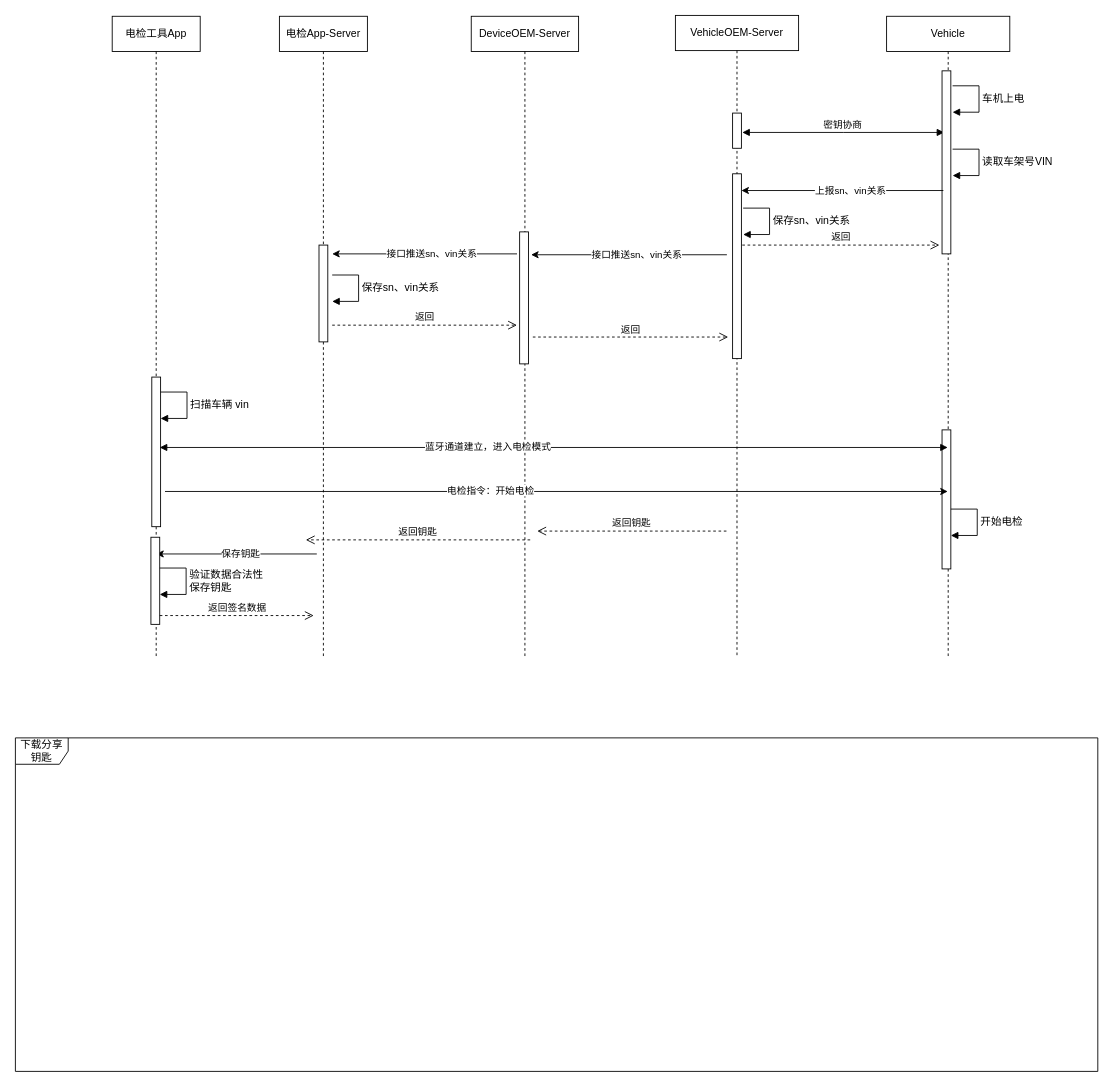
The draw.io diagram 电检流程.drawio in jianguocong/chart, before the edit. Source tidied: cells renumbered, new cells numbered last; positions are measured from the earlier drawing's top-left corner, leaving out a move shared by most shapes. Both pictures are drawn from the tidied source at 88%, with x=0, y=0 at pixel (15, 15).
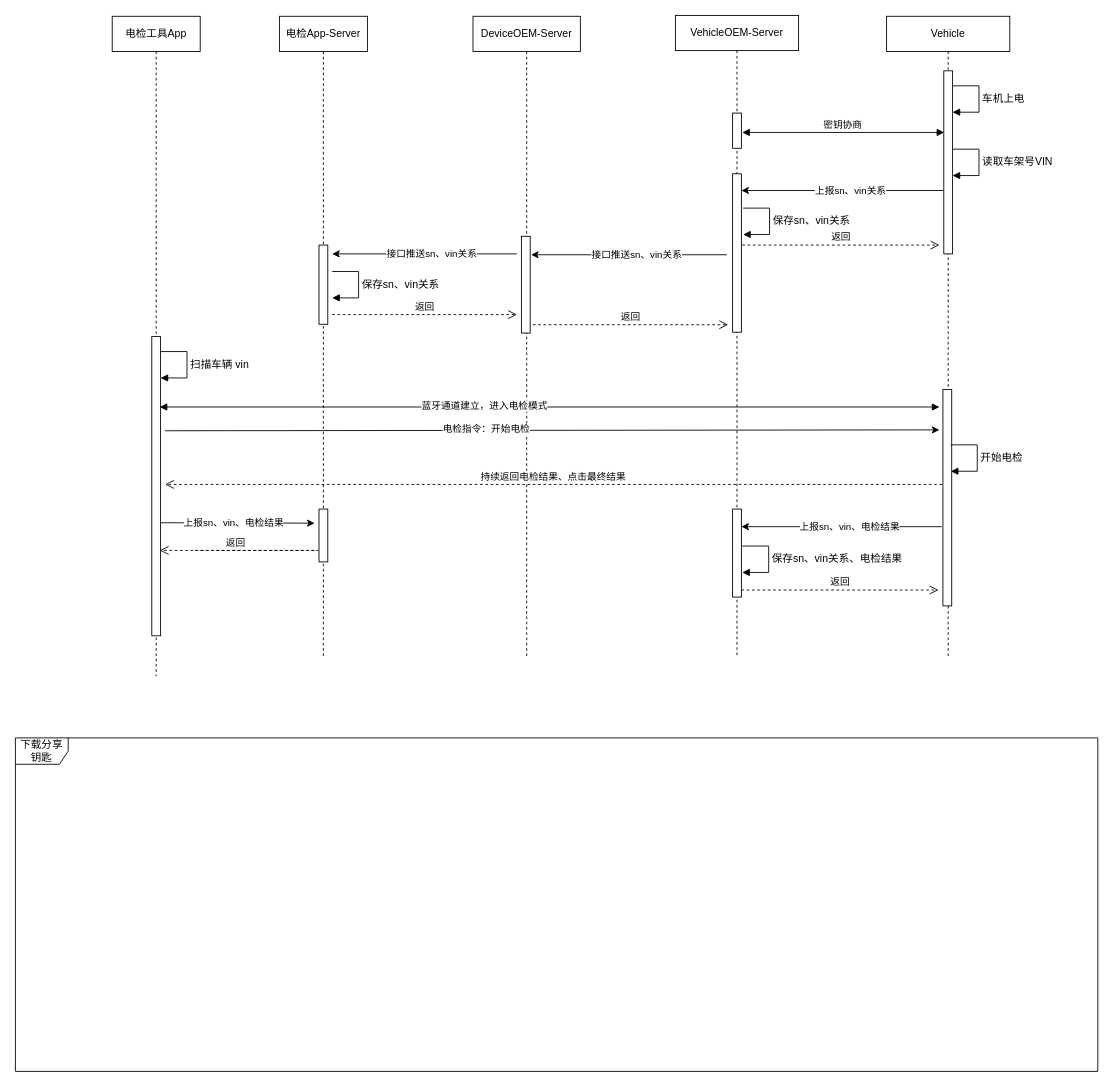
After the change.

Commit message (it also covers changes not shown here):
更新电检流程.drawio

Unchanged cells that the change refers to:
```xml
<mxCell id="2" value="Vehicle" style="shape=umlLifeline;perimeter=lifelinePerimeter;whiteSpace=wrap;html=1;outlineConnect=0;portConstraint=eastwest;newEdgeStyle={&quot;edgeStyle&quot;:&quot;elbowEdgeStyle&quot;,&quot;elbow&quot;:&quot;vertical&quot;,&quot;curved&quot;:0,&quot;rounded&quot;:0};" parent="1" vertex="1">
  <mxGeometry x="990" y="1" width="140" height="730" as="geometry" />
</mxCell>
<mxCell id="6" value="电检App-Server" style="shape=umlLifeline;perimeter=lifelinePerimeter;whiteSpace=wrap;html=1;newEdgeStyle={&quot;edgeStyle&quot;:&quot;elbowEdgeStyle&quot;,&quot;elbow&quot;:&quot;vertical&quot;,&quot;curved&quot;:0,&quot;rounded&quot;:0};" parent="1" vertex="1">
  <mxGeometry x="300" y="1" width="100" height="730" as="geometry" />
</mxCell>
<mxCell id="14" value="VehicleOEM-Server" style="shape=umlLifeline;perimeter=lifelinePerimeter;whiteSpace=wrap;html=1;newEdgeStyle={&quot;edgeStyle&quot;:&quot;elbowEdgeStyle&quot;,&quot;elbow&quot;:&quot;vertical&quot;,&quot;curved&quot;:0,&quot;rounded&quot;:0};" parent="1" vertex="1">
  <mxGeometry x="750" width="140" height="730" as="geometry" />
</mxCell>
```

Change to the diagram source:
```diff
@@
     <mxCell id="3" style="html=1;perimeter=orthogonalPerimeter;targetShapes=umlLifeline;newEdgeStyle={&quot;edgeStyle&quot;:&quot;elbowEdgeStyle&quot;,&quot;elbow&quot;:&quot;vertical&quot;,&quot;curved&quot;:0,&quot;rounded&quot;:0};" parent="2" vertex="1">
-      <mxGeometry x="63" y="470" width="10" height="158" as="geometry" />
+      <mxGeometry x="64" y="424" width="10" height="246" as="geometry" />
     </mxCell>
     <mxCell id="4" value="电检工具App" style="shape=umlLifeline;perimeter=lifelinePerimeter;whiteSpace=wrap;html=1;newEdgeStyle={&quot;edgeStyle&quot;:&quot;elbowEdgeStyle&quot;,&quot;elbow&quot;:&quot;vertical&quot;,&quot;curved&quot;:0,&quot;rounded&quot;:0};" parent="1" vertex="1">
-      <mxGeometry x="110" y="1" width="100" height="730" as="geometry" />
+      <mxGeometry x="110" y="1" width="100" height="750" as="geometry" />
     </mxCell>
     <mxCell id="5" style="html=1;perimeter=orthogonalPerimeter;targetShapes=umlLifeline;newEdgeStyle={&quot;edgeStyle&quot;:&quot;elbowEdgeStyle&quot;,&quot;elbow&quot;:&quot;vertical&quot;,&quot;curved&quot;:0,&quot;rounded&quot;:0};" parent="4" vertex="1">
-      <mxGeometry x="45" y="410" width="10" height="170" as="geometry" />
+      <mxGeometry x="45" y="364" width="10" height="340" as="geometry" />
     </mxCell>
@@
     <mxCell id="7" style="html=1;perimeter=orthogonalPerimeter;targetShapes=umlLifeline;newEdgeStyle={&quot;edgeStyle&quot;:&quot;elbowEdgeStyle&quot;,&quot;elbow&quot;:&quot;vertical&quot;,&quot;curved&quot;:0,&quot;rounded&quot;:0};" parent="6" vertex="1">
-      <mxGeometry x="45" y="260" width="10" height="110" as="geometry" />
+      <mxGeometry x="45" y="260" width="10" height="90" as="geometry" />
     </mxCell>
+    <mxCell id="42" style="html=1;perimeter=orthogonalPerimeter;targetShapes=umlLifeline;newEdgeStyle={&quot;edgeStyle&quot;:&quot;elbowEdgeStyle&quot;,&quot;elbow&quot;:&quot;vertical&quot;,&quot;curved&quot;:0,&quot;rounded&quot;:0};" parent="6" vertex="1">
+      <mxGeometry x="45" y="560" width="10" height="60" as="geometry" />
+    </mxCell>
@@
     <mxCell id="9" value="返回" style="html=1;verticalAlign=bottom;endArrow=open;dashed=1;endSize=8;edgeStyle=elbowEdgeStyle;elbow=vertical;curved=0;rounded=0;" parent="1" edge="1">
       <mxGeometry relative="1" as="geometry">
-        <mxPoint x="360" y="352" as="sourcePoint" />
-        <mxPoint x="570" y="352" as="targetPoint" />
+        <mxPoint x="360" y="340" as="sourcePoint" />
+        <mxPoint x="570" y="340" as="targetPoint" />
         <Array as="points">
-          <mxPoint x="450" y="352" />
+          <mxPoint x="450" y="340" />
         </Array>
       </mxGeometry>
     </mxCell>
     <mxCell id="10" value="DeviceOEM-Server" style="shape=umlLifeline;perimeter=lifelinePerimeter;whiteSpace=wrap;html=1;newEdgeStyle={&quot;edgeStyle&quot;:&quot;elbowEdgeStyle&quot;,&quot;elbow&quot;:&quot;vertical&quot;,&quot;curved&quot;:0,&quot;rounded&quot;:0};" parent="1" vertex="1">
-      <mxGeometry x="518" y="1" width="122" height="730" as="geometry" />
+      <mxGeometry x="520" y="1" width="122" height="730" as="geometry" />
     </mxCell>
-    <mxCell id="11" value="返回钥匙" style="html=1;verticalAlign=bottom;endArrow=open;dashed=1;endSize=8;edgeStyle=elbowEdgeStyle;elbow=vertical;curved=0;rounded=0;" parent="10" edge="1">
-      <mxGeometry relative="1" as="geometry">
-        <mxPoint x="290" y="585" as="sourcePoint" />
-        <mxPoint x="75" y="585" as="targetPoint" />
-      </mxGeometry>
-    </mxCell>
@@
     <mxCell id="13" style="html=1;perimeter=orthogonalPerimeter;targetShapes=umlLifeline;newEdgeStyle={&quot;edgeStyle&quot;:&quot;elbowEdgeStyle&quot;,&quot;elbow&quot;:&quot;vertical&quot;,&quot;curved&quot;:0,&quot;rounded&quot;:0};" parent="10" vertex="1">
-      <mxGeometry x="55" y="245" width="10" height="150" as="geometry" />
+      <mxGeometry x="55" y="250" width="10" height="110" as="geometry" />
     </mxCell>
@@
     <mxCell id="16" style="html=1;perimeter=orthogonalPerimeter;targetShapes=umlLifeline;newEdgeStyle={&quot;edgeStyle&quot;:&quot;elbowEdgeStyle&quot;,&quot;elbow&quot;:&quot;vertical&quot;,&quot;curved&quot;:0,&quot;rounded&quot;:0};" parent="14" vertex="1">
-      <mxGeometry x="65" y="180" width="10" height="210" as="geometry" />
+      <mxGeometry x="65" y="180" width="10" height="180" as="geometry" />
     </mxCell>
     <mxCell id="17" value="保存sn、vin关系" style="html=1;align=left;spacingLeft=2;endArrow=block;rounded=0;edgeStyle=orthogonalEdgeStyle;curved=0;rounded=0;fontFamily=Helvetica;fontSize=12;fontColor=default;" parent="1" edge="1">
       <mxGeometry relative="1" as="geometry">
-        <mxPoint x="360" y="295" as="sourcePoint" />
-        <mxPoint x="360" y="325" as="targetPoint" />
+        <mxPoint x="360" y="291" as="sourcePoint" />
+        <mxPoint x="360" y="321" as="targetPoint" />
         <Array as="points">
-          <mxPoint x="390" y="295" />
-          <mxPoint x="390" y="325" />
+          <mxPoint x="390" y="291" />
+          <mxPoint x="390" y="321" />
         </Array>
       </mxGeometry>
     </mxCell>
@@
     <mxCell id="20" value="扫描车辆 vin" style="html=1;align=left;spacingLeft=2;endArrow=block;rounded=0;edgeStyle=orthogonalEdgeStyle;curved=0;rounded=0;fontFamily=Helvetica;fontSize=12;fontColor=default;" parent="1" edge="1">
       <mxGeometry relative="1" as="geometry">
-        <mxPoint x="165" y="428" as="sourcePoint" />
-        <mxPoint x="165" y="458" as="targetPoint" />
+        <mxPoint x="165" y="382" as="sourcePoint" />
+        <mxPoint x="165" y="412" as="targetPoint" />
         <Array as="points">
-          <mxPoint x="195" y="428" />
-          <mxPoint x="195" y="458" />
+          <mxPoint x="195" y="382" />
+          <mxPoint x="195" y="412" />
         </Array>
       </mxGeometry>
     </mxCell>
-    <mxCell id="21" style="endArrow=block;html=1;rounded=0;startArrow=block;startFill=1;endFill=1;" parent="1" edge="1" target="2">
+    <mxCell id="21" style="endArrow=block;html=1;rounded=0;startArrow=block;startFill=1;endFill=1;" parent="1" edge="1">
       <mxGeometry relative="1" as="geometry">
-        <mxPoint x="164" y="491" as="sourcePoint" />
+        <mxPoint x="164" y="445" as="sourcePoint" />
+        <mxPoint x="1050" y="445" as="targetPoint" />
       </mxGeometry>
     </mxCell>
@@
-    <mxCell id="24" value="返回钥匙" style="html=1;verticalAlign=bottom;endArrow=open;dashed=1;endSize=8;edgeStyle=elbowEdgeStyle;elbow=vertical;curved=0;rounded=0;" parent="1" edge="1">
-      <mxGeometry relative="1" as="geometry">
-        <mxPoint x="585" y="596" as="sourcePoint" />
-        <mxPoint x="330" y="596" as="targetPoint" />
-      </mxGeometry>
-    </mxCell>
-    <mxCell id="25" style="endArrow=classic;html=1;rounded=0;" parent="1" edge="1">
-      <mxGeometry relative="1" as="geometry">
-        <mxPoint x="342.5" y="612" as="sourcePoint" />
-        <mxPoint x="160" y="612" as="targetPoint" />
-      </mxGeometry>
-    </mxCell>
-    <mxCell id="26" value="保存钥匙" style="edgeLabel;html=1;align=center;verticalAlign=middle;" parent="25" vertex="1">
-      <mxGeometry x="-0.17" y="2" relative="1" as="geometry">
-        <mxPoint x="-11" y="-3" as="offset" />
-      </mxGeometry>
-    </mxCell>
-    <mxCell id="27" style="html=1;perimeter=orthogonalPerimeter;targetShapes=umlLifeline;newEdgeStyle={&quot;edgeStyle&quot;:&quot;elbowEdgeStyle&quot;,&quot;elbow&quot;:&quot;vertical&quot;,&quot;curved&quot;:0,&quot;rounded&quot;:0};" parent="1" vertex="1">
-      <mxGeometry x="154" y="593" width="10" height="99" as="geometry" />
-    </mxCell>
-    <mxCell id="28" value="验证数据合法性&lt;div&gt;保存钥匙&lt;/div&gt;" style="html=1;align=left;spacingLeft=2;endArrow=block;rounded=0;edgeStyle=orthogonalEdgeStyle;curved=0;rounded=0;fontFamily=Helvetica;fontSize=12;fontColor=default;" parent="1" edge="1">
-      <mxGeometry relative="1" as="geometry">
-        <mxPoint x="164" y="628" as="sourcePoint" />
-        <mxPoint x="164" y="658" as="targetPoint" />
-        <Array as="points">
-          <mxPoint x="194" y="628" />
-          <mxPoint x="194" y="658" />
-        </Array>
-      </mxGeometry>
-    </mxCell>
-    <mxCell id="29" value="返回签名数据" style="html=1;verticalAlign=bottom;endArrow=open;dashed=1;endSize=8;edgeStyle=elbowEdgeStyle;elbow=vertical;curved=0;rounded=0;" parent="1" edge="1">
-      <mxGeometry relative="1" as="geometry">
-        <mxPoint x="164" y="682" as="sourcePoint" />
-        <mxPoint x="339" y="682" as="targetPoint" />
-        <Array as="points">
-          <mxPoint x="254" y="682" />
-        </Array>
-      </mxGeometry>
-    </mxCell>
@@
     <mxCell id="37" value="返回" style="html=1;verticalAlign=bottom;endArrow=open;dashed=1;endSize=8;edgeStyle=elbowEdgeStyle;elbow=vertical;curved=0;rounded=0;" parent="1" edge="1">
       <mxGeometry relative="1" as="geometry">
-        <mxPoint x="588" y="365.5" as="sourcePoint" />
-        <mxPoint x="810" y="366" as="targetPoint" />
+        <mxPoint x="588" y="351.5" as="sourcePoint" />
+        <mxPoint x="810" y="352" as="targetPoint" />
         <Array as="points">
-          <mxPoint x="678" y="365.5" />
+          <mxPoint x="678" y="351.5" />
         </Array>
       </mxGeometry>
     </mxCell>
@@
-    <mxCell id="39" style="endArrow=classic;html=1;rounded=0;" parent="1" edge="1" target="2">
+    <mxCell id="39" style="endArrow=classic;html=1;rounded=0;" parent="1" edge="1">
       <mxGeometry relative="1" as="geometry">
-        <mxPoint x="170" y="541" as="sourcePoint" />
+        <mxPoint x="170" y="472" as="sourcePoint" />
+        <mxPoint x="1050" y="471" as="targetPoint" />
       </mxGeometry>
     </mxCell>
@@
     <mxCell id="41" value="开始电检" style="html=1;align=left;spacingLeft=2;endArrow=block;rounded=0;edgeStyle=orthogonalEdgeStyle;curved=0;rounded=0;fontFamily=Helvetica;fontSize=12;fontColor=default;" parent="1" edge="1">
       <mxGeometry relative="1" as="geometry">
-        <mxPoint x="1063" y="561" as="sourcePoint" />
-        <mxPoint x="1063" y="591" as="targetPoint" />
+        <mxPoint x="1063" y="488" as="sourcePoint" />
+        <mxPoint x="1063" y="518" as="targetPoint" />
         <Array as="points">
-          <mxPoint x="1093" y="561" />
-          <mxPoint x="1093" y="591" />
+          <mxPoint x="1093" y="488" />
+          <mxPoint x="1093" y="518" />
         </Array>
       </mxGeometry>
     </mxCell>
+    <mxCell id="11" value="持续返回电检结果、点击最终结果" style="html=1;verticalAlign=bottom;endArrow=open;dashed=1;endSize=8;edgeStyle=elbowEdgeStyle;elbow=vertical;curved=0;rounded=0;" parent="1" edge="1">
+      <mxGeometry relative="1" as="geometry">
+        <mxPoint x="1053" y="533" as="sourcePoint" />
+        <mxPoint x="170" y="533" as="targetPoint" />
+      </mxGeometry>
+    </mxCell>
+    <mxCell id="43" style="endArrow=classic;html=1;rounded=0;" parent="1" edge="1">
+      <mxGeometry relative="1" as="geometry">
+        <mxPoint x="165" y="576.5" as="sourcePoint" />
+        <mxPoint x="340" y="577" as="targetPoint" />
+      </mxGeometry>
+    </mxCell>
+    <mxCell id="44" value="上报sn、vin、电检结果" style="edgeLabel;html=1;align=center;verticalAlign=middle;" parent="43" vertex="1">
+      <mxGeometry x="-0.17" y="2" relative="1" as="geometry">
+        <mxPoint x="9" y="2" as="offset" />
+      </mxGeometry>
+    </mxCell>
+    <mxCell id="45" style="endArrow=classic;html=1;rounded=0;" parent="1" edge="1" target="47">
+      <mxGeometry relative="1" as="geometry">
+        <mxPoint x="1052.5" y="581" as="sourcePoint" />
+      </mxGeometry>
+    </mxCell>
+    <mxCell id="46" value="上报sn、vin、电检结果" style="edgeLabel;html=1;align=center;verticalAlign=middle;" parent="45" vertex="1">
+      <mxGeometry x="-0.17" y="2" relative="1" as="geometry">
+        <mxPoint x="-11" y="-3" as="offset" />
+      </mxGeometry>
+    </mxCell>
+    <mxCell id="47" style="html=1;points=[];perimeter=orthogonalPerimeter;outlineConnect=0;targetShapes=umlLifeline;portConstraint=eastwest;newEdgeStyle={&quot;edgeStyle&quot;:&quot;elbowEdgeStyle&quot;,&quot;elbow&quot;:&quot;vertical&quot;,&quot;curved&quot;:0,&quot;rounded&quot;:0};" parent="1" vertex="1">
+      <mxGeometry x="815" y="561" width="10" height="100" as="geometry" />
+    </mxCell>
+    <mxCell id="48" value="保存sn、vin关系、电检结果" style="html=1;align=left;spacingLeft=2;endArrow=block;rounded=0;edgeStyle=orthogonalEdgeStyle;curved=0;rounded=0;fontFamily=Helvetica;fontSize=12;fontColor=default;" parent="1" edge="1">
+      <mxGeometry relative="1" as="geometry">
+        <mxPoint x="826" y="603" as="sourcePoint" />
+        <mxPoint x="826" y="633" as="targetPoint" />
+        <Array as="points">
+          <mxPoint x="856" y="603" />
+          <mxPoint x="856" y="633" />
+        </Array>
+      </mxGeometry>
+    </mxCell>
+    <mxCell id="49" value="返回" style="html=1;verticalAlign=bottom;endArrow=open;dashed=1;endSize=8;edgeStyle=elbowEdgeStyle;elbow=vertical;curved=0;rounded=0;" parent="1" edge="1">
+      <mxGeometry relative="1" as="geometry">
+        <mxPoint x="825" y="653" as="sourcePoint" />
+        <mxPoint x="1049" y="653" as="targetPoint" />
+        <Array as="points">
+          <mxPoint x="915" y="653" />
+        </Array>
+      </mxGeometry>
+    </mxCell>
+    <mxCell id="50" value="返回" style="html=1;verticalAlign=bottom;endArrow=open;dashed=1;endSize=8;edgeStyle=elbowEdgeStyle;elbow=vertical;curved=0;rounded=0;" parent="1" edge="1">
+      <mxGeometry x="0.46" relative="1" as="geometry">
+        <mxPoint x="204" y="608" as="sourcePoint" />
+        <mxPoint x="164" y="608" as="targetPoint" />
+        <Array as="points">
+          <mxPoint x="344" y="608" />
+        </Array>
+      </mxGeometry>
+    </mxCell>
```
